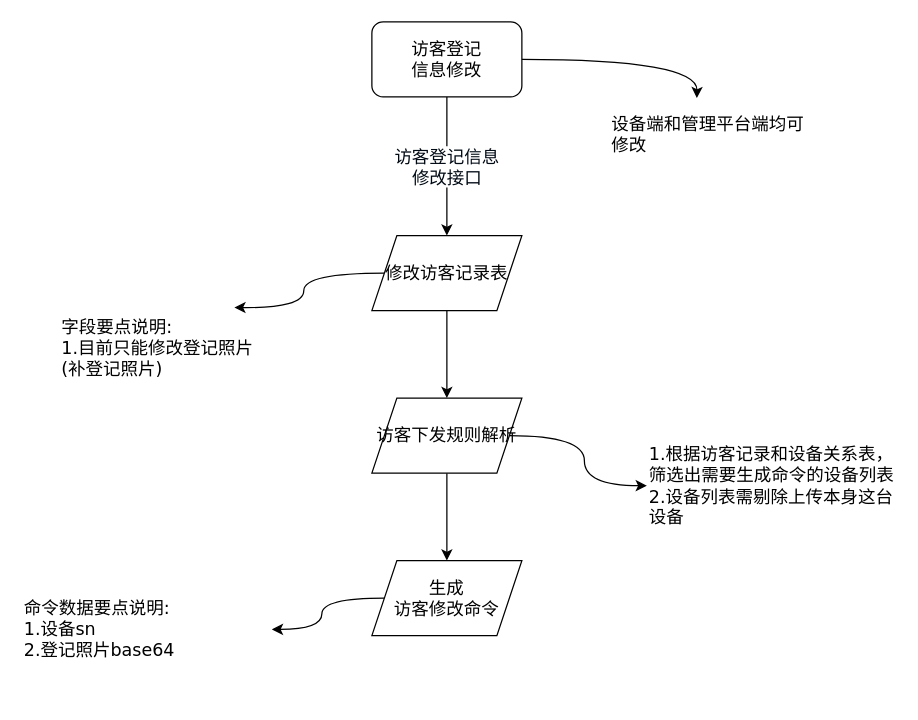
The draw.io diagram page "访客登记记录修改" (10 of 11) of 访客功能-线下平台和设备交互流程.drawio in chwnjianhui/draw.io, before the edit. Source tidied: cells renumbered, new cells numbered last; positions are measured from the earlier drawing's top-left corner, leaving out a move shared by most shapes. Both pictures are drawn from the tidied source at 125%, with x=0, y=0 at pixel (21, 21).
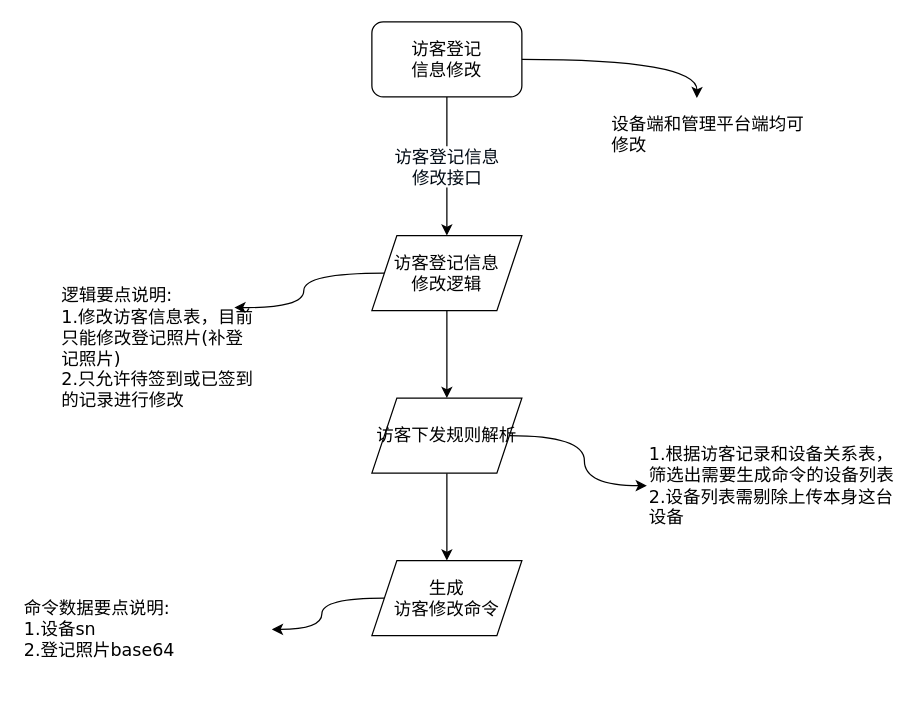
The same diagram, later.

What changed in the source:
```diff
@@
 <mxGraphModel>
   <root>
     <mxCell id="0" />
     <mxCell id="1" parent="0" />
     <mxCell id="2" value="访客登记信息&lt;br&gt;修改接口" style="edgeStyle=orthogonalEdgeStyle;curved=1;rounded=0;jettySize=auto;html=1;fontSize=14;fontColor=#000A14;" parent="1" edge="1" source="3" target="6">
       <mxGeometry relative="1" as="geometry" />
     </mxCell>
     <mxCell id="3" value="访客登记&lt;br&gt;信息修改" style="rounded=1;whiteSpace=wrap;html=1;fontSize=14;fillColor=#FFFFFF;" parent="1" vertex="1">
       <mxGeometry x="280" width="120" height="60" as="geometry" />
     </mxCell>
     <mxCell id="4" style="edgeStyle=orthogonalEdgeStyle;curved=1;rounded=0;jettySize=auto;html=1;exitX=0;exitY=0.5;exitDx=0;exitDy=0;fontSize=14;entryX=1;entryY=0.5;entryDx=0;entryDy=0;" parent="1" edge="1" source="6">
       <mxGeometry relative="1" as="geometry">
         <mxPoint x="170" y="228.5" as="targetPoint" />
       </mxGeometry>
     </mxCell>
     <mxCell id="5" style="edgeStyle=orthogonalEdgeStyle;curved=1;rounded=0;jettySize=auto;html=1;fontSize=14;fontColor=#000A14;" parent="1" edge="1" source="6" target="10">
       <mxGeometry relative="1" as="geometry" />
     </mxCell>
-    <mxCell id="6" value="修改访客记录表" style="shape=parallelogram;perimeter=parallelogramPerimeter;whiteSpace=wrap;html=1;fixedSize=1;fontSize=14;fillColor=#FFFFFF;" parent="1" vertex="1">
+    <mxCell id="6" value="访客登记信息&lt;br&gt;修改逻辑" style="shape=parallelogram;perimeter=parallelogramPerimeter;whiteSpace=wrap;html=1;fixedSize=1;fontSize=14;fillColor=#FFFFFF;" parent="1" vertex="1">
       <mxGeometry x="280" y="171" width="120" height="60" as="geometry" />
     </mxCell>
-    <mxCell id="7" value="&lt;font face=&quot;Verdana&quot;&gt;字段要点说明:&lt;/font&gt;&lt;br&gt;&lt;font face=&quot;Verdana&quot;&gt;1.&lt;/font&gt;&lt;span style=&quot;font-family: Verdana;&quot;&gt;目前只能修改登记照片(补登记照片)&lt;/span&gt;" style="text;html=1;strokeColor=none;fillColor=none;align=left;verticalAlign=middle;whiteSpace=wrap;rounded=0;fontSize=14;" parent="1" vertex="1">
+    <mxCell id="7" value="&lt;font face=&quot;Verdana&quot;&gt;逻辑要点说明:&lt;/font&gt;&lt;br&gt;&lt;font face=&quot;Verdana&quot;&gt;1.修改访客信息表，&lt;/font&gt;&lt;span style=&quot;font-family: Verdana;&quot;&gt;目前只能修改登记照片(补登记照片)&lt;br&gt;2.只允许待签到或已签到的记录进行修改&lt;br&gt;&lt;/span&gt;" style="text;html=1;strokeColor=none;fillColor=none;align=left;verticalAlign=middle;whiteSpace=wrap;rounded=0;fontSize=14;" parent="1" vertex="1">
       <mxGeometry x="30" y="231" width="160" height="60" as="geometry" />
     </mxCell>
     <mxCell id="8" style="edgeStyle=orthogonalEdgeStyle;curved=1;rounded=0;jettySize=auto;html=1;fontSize=14;" parent="1" edge="1" source="10" target="12">
       <mxGeometry relative="1" as="geometry" />
     </mxCell>
     <mxCell id="9" style="edgeStyle=orthogonalEdgeStyle;curved=1;rounded=0;jettySize=auto;html=1;exitX=1;exitY=0.5;exitDx=0;exitDy=0;entryX=0;entryY=0.5;entryDx=0;entryDy=0;fontSize=14;" parent="1" edge="1" source="10" target="14">
       <mxGeometry relative="1" as="geometry" />
     </mxCell>
     <mxCell id="10" value="访客下发规则解析" style="shape=parallelogram;perimeter=parallelogramPerimeter;whiteSpace=wrap;html=1;fixedSize=1;fontSize=14;fillColor=#FFFFFF;" parent="1" vertex="1">
       <mxGeometry x="280" y="301" width="120" height="60" as="geometry" />
     </mxCell>
     <mxCell id="11" style="edgeStyle=orthogonalEdgeStyle;curved=1;rounded=0;jettySize=auto;html=1;exitX=0;exitY=0.5;exitDx=0;exitDy=0;entryX=1;entryY=0.5;entryDx=0;entryDy=0;fontSize=14;" parent="1" edge="1" source="12" target="13">
       <mxGeometry relative="1" as="geometry" />
     </mxCell>
     <mxCell id="12" value="生成&lt;br&gt;访客修改命令" style="shape=parallelogram;perimeter=parallelogramPerimeter;whiteSpace=wrap;html=1;fixedSize=1;fontSize=14;fillColor=#FFFFFF;" parent="1" vertex="1">
       <mxGeometry x="280" y="431" width="120" height="60" as="geometry" />
     </mxCell>
     <mxCell id="13" value="&lt;font face=&quot;Verdana&quot;&gt;命令数据要点说明:&lt;/font&gt;&lt;br&gt;&lt;font face=&quot;Verdana&quot;&gt;1.设备sn&lt;br&gt;2.登记照片base64&lt;br&gt;&lt;/font&gt;" style="text;html=1;strokeColor=none;fillColor=none;align=left;verticalAlign=middle;whiteSpace=wrap;rounded=0;fontSize=14;" parent="1" vertex="1">
       <mxGeometry y="431" width="200" height="110" as="geometry" />
     </mxCell>
     <mxCell id="14" value="&lt;span style=&quot;font-family: Verdana; font-size: 14px;&quot;&gt;1.根据访客记录和设备关系表，筛选出需要生成命令的设备列表&lt;br&gt;2.设备列表需剔除上传本身这台设备&lt;br style=&quot;font-size: 14px;&quot;&gt;&lt;/span&gt;" style="text;html=1;strokeColor=none;fillColor=none;align=left;verticalAlign=middle;whiteSpace=wrap;rounded=0;fontSize=14;" parent="1" vertex="1">
       <mxGeometry x="500" y="351" width="200" height="40" as="geometry" />
     </mxCell>
     <mxCell id="15" style="edgeStyle=orthogonalEdgeStyle;curved=1;rounded=0;jettySize=auto;html=1;exitX=1;exitY=0.5;exitDx=0;exitDy=0;fontSize=14;" parent="1" edge="1" source="3">
       <mxGeometry relative="1" as="geometry">
         <mxPoint x="540" y="61" as="targetPoint" />
       </mxGeometry>
     </mxCell>
     <mxCell id="16" value="&lt;font face=&quot;Verdana&quot;&gt;设备端和管理平台端均可修改&lt;/font&gt;" style="text;html=1;strokeColor=none;fillColor=none;align=left;verticalAlign=middle;whiteSpace=wrap;rounded=0;fontSize=14;" parent="1" vertex="1">
       <mxGeometry x="470" y="60" width="160" height="60" as="geometry" />
     </mxCell>
   </root>
 </mxGraphModel>
```
